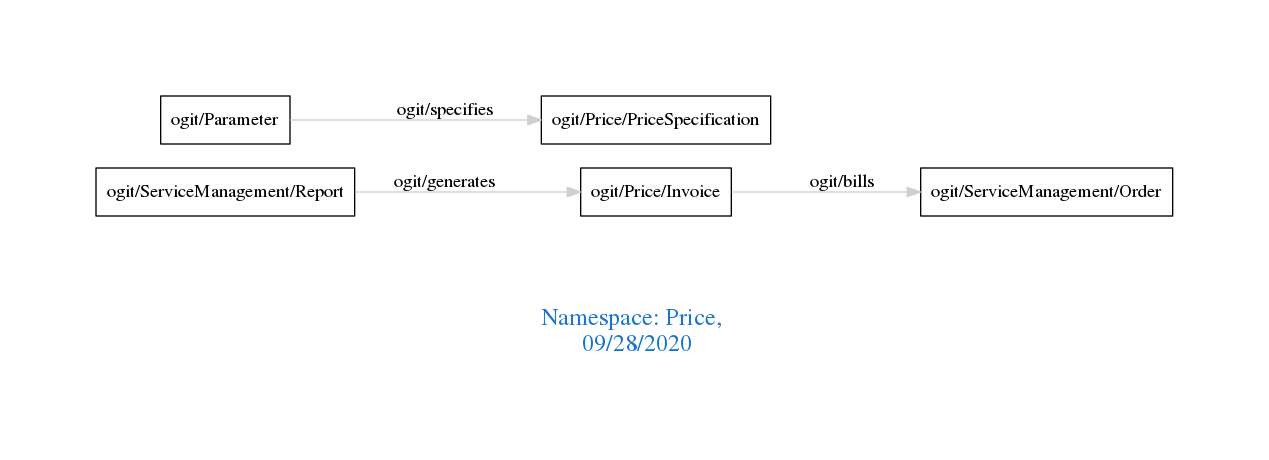
Earlier version of the Graphviz export downloads/Price.png (arago/OGIT). Its source is kept beside it as downloads/Price.dot.
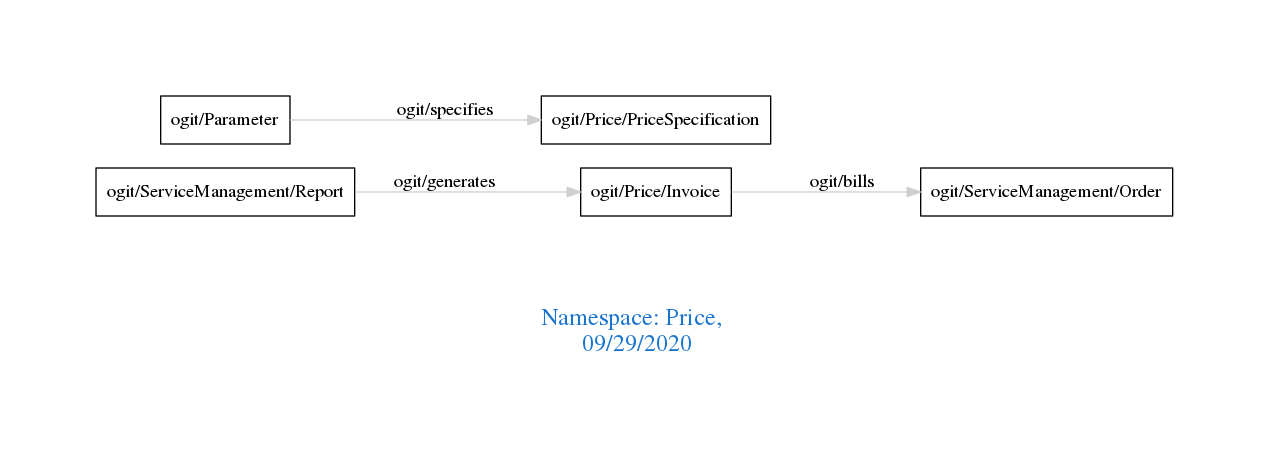
After the change.

Change to the diagram source:
```diff
@@ -1,7 +1,7 @@
 digraph OGIT_ontology {
  graph [ rankdir= LR,pad=1
 fontsize = 18,
-fontcolor= dodgerblue3,label = "\n\n\nNamespace: Price, \n 09/28/2020"];
+fontcolor= dodgerblue3,label = "\n\n\nNamespace: Price, \n 09/29/2020"];
 node[shape=polygon];
 edge [  color="gray81"];
 
```
